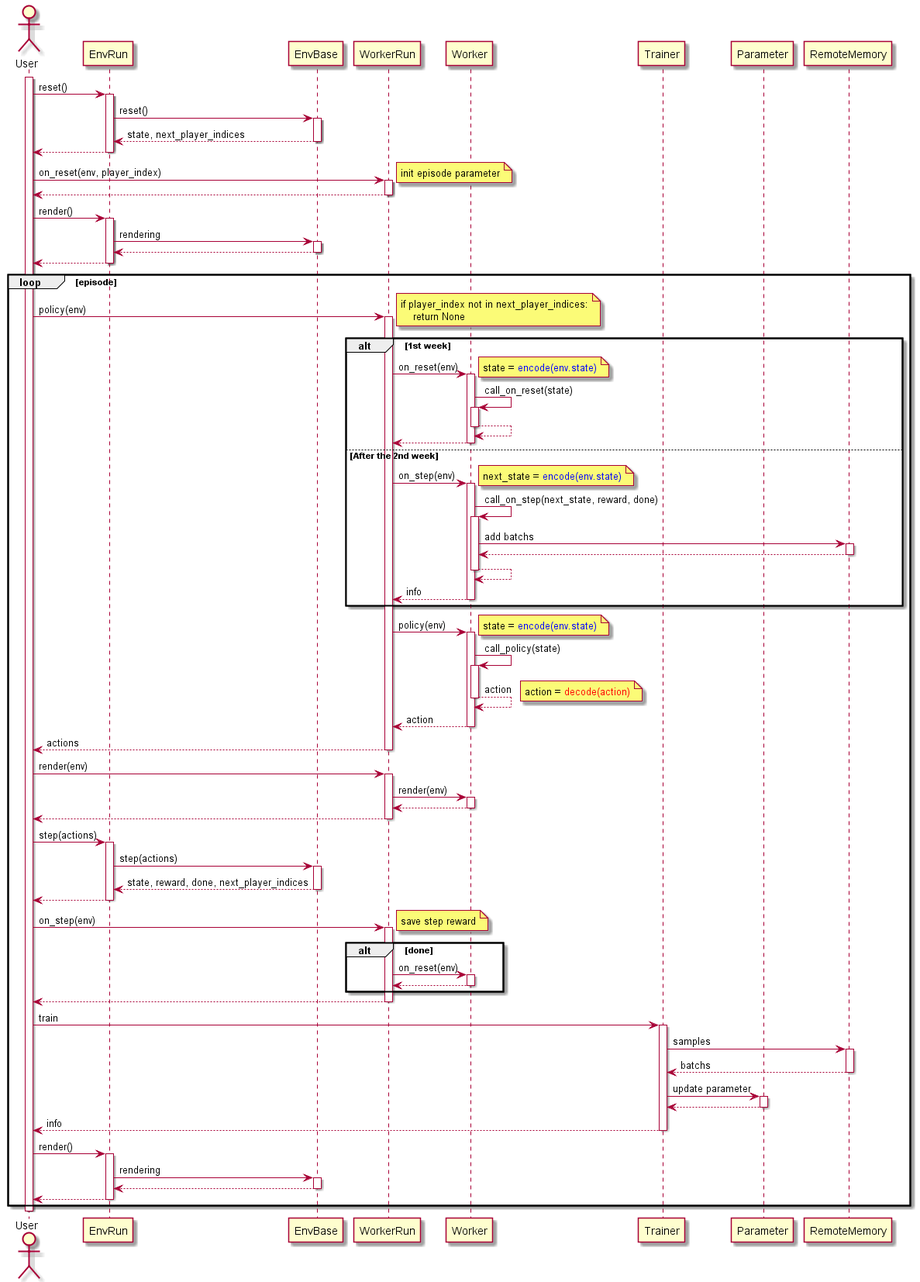
Before: diagrams/playflow.png, a diagram exported from PlantUML (pocokhc/simple_distributed_rl).
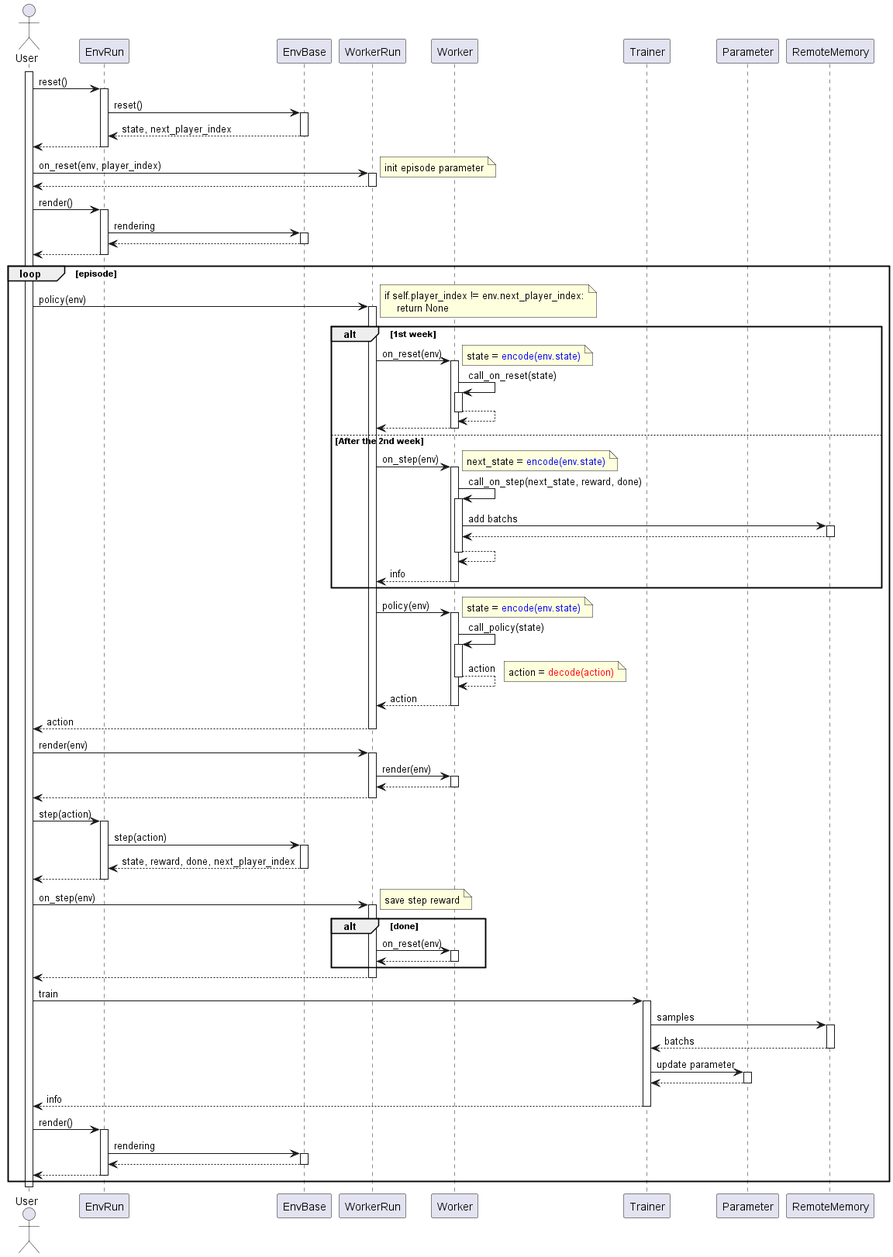
Above is the later version.

Change to the diagram source:
```diff
@@ -18,7 +18,7 @@
 
 User -> EnvRun: reset()
     EnvRun -> EnvBase: reset()
-    return state, next_player_indices
+    return state, next_player_index
 return
 
 User -> WorkerRun: on_reset(env, player_index)
@@ -34,7 +34,7 @@
 
     User -> WorkerRun: policy(env)
         note right
-        if player_index not in next_player_indices:
+        if self.player_index != env.next_player_index:
             return None
         end note
 
@@ -68,16 +68,16 @@
             action = <color red>decode(action)</color>
             end note
         return action
-    return actions
+    return action
 
     User -> WorkerRun: render(env)
         WorkerRun -> Worker: render(env)
         return
     return
 
-    User -> EnvRun: step(actions)
-        EnvRun -> EnvBase: step(actions)
-        return state, reward, done, next_player_indices
+    User -> EnvRun: step(action)
+        EnvRun -> EnvBase: step(action)
+        return state, reward, done, next_player_index
     return
 
     User -> WorkerRun: on_step(env)
```
